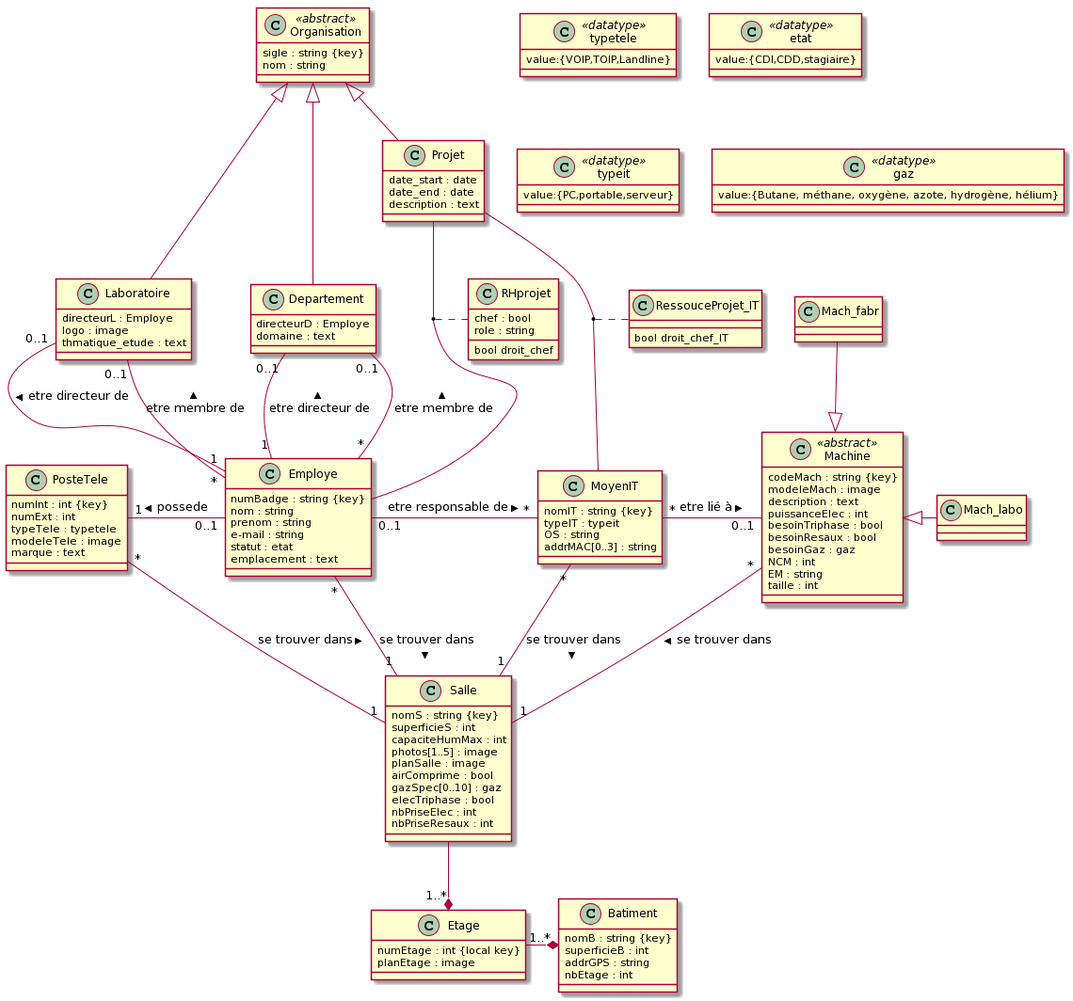
This is MCD/UML.png from hanlinAumonde/nf17_projet_individuel, a PlantUML export, as it was before one commit.
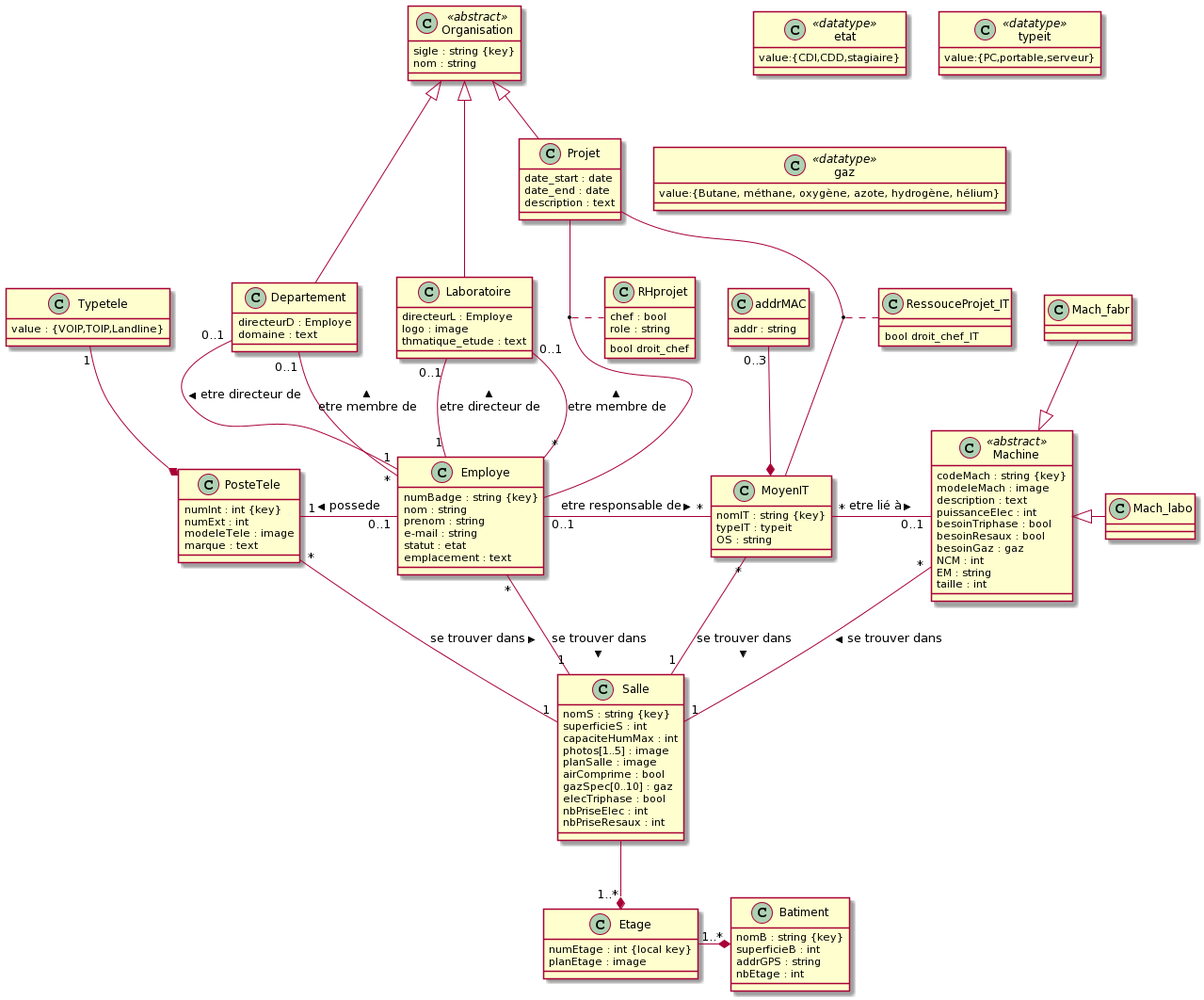
After the change.

Change to the diagram source:
```diff
@@ -25,13 +25,12 @@
 class PosteTele{
   numInt : int {key}
   numExt : int
-  typeTele : typetele
   modeleTele : image
   marque : text
 }
 
-class typetele <<datatype>>{
-  value:{VOIP,TOIP,Landline}
+class Typetele{
+  value : {VOIP,TOIP,Landline}
 }
 
 class Employe{
@@ -51,7 +50,10 @@
   nomIT : string {key}
   typeIT : typeit
   OS : string
-  addrMAC[0..3] : string
+}
+
+class addrMAC{
+  addr : string
 }
 
 class typeit <<datatype>>{
@@ -128,8 +130,10 @@
 Employe "0..1"-"*" MoyenIT : etre responsable de >
 MoyenIT "*"-"0..1" Machine : etre lié à >
 PosteTele "*"--"1" Salle : se trouver dans >
+Typetele "1" --* PosteTele
 Employe "*"--"1" Salle : se trouver dans >
 MoyenIT "*"--"1" Salle : se trouver dans >
+addrMAC "0..3" --* MoyenIT
 Machine "*"--"1" Salle : se trouver dans >
 Machine <|- Mach_labo
 Mach_fabr --|> Machine
```
